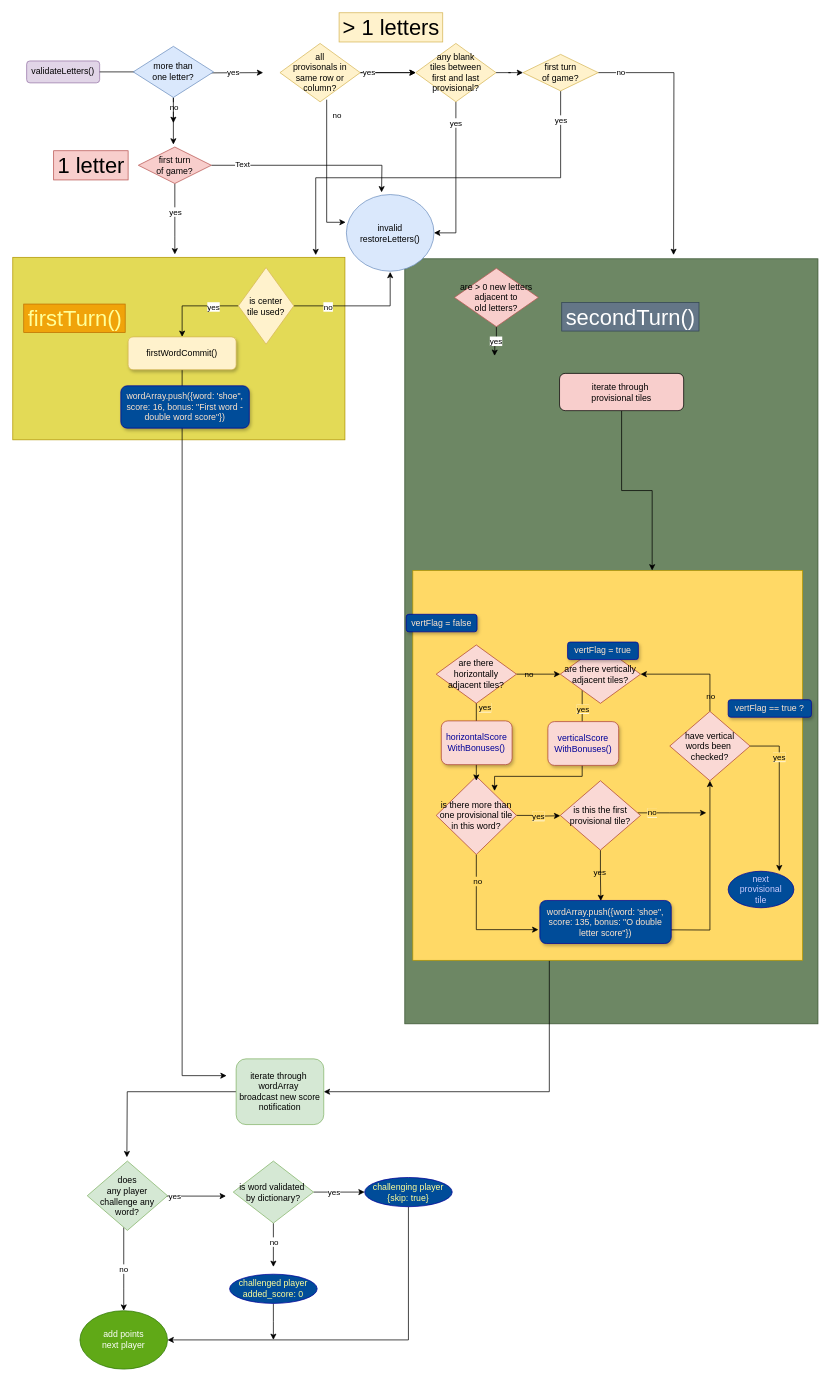
Above: scrooble_scoring.drawio in davebenjoya/scrooble (draw.io), before the change. Source tidied: cells renumbered, new cells numbered last; positions are measured from the earlier drawing's top-left corner, leaving out a move shared by most shapes. Both pictures are drawn from the tidied source at 73%, with x=0, y=0 at pixel (12, 12).
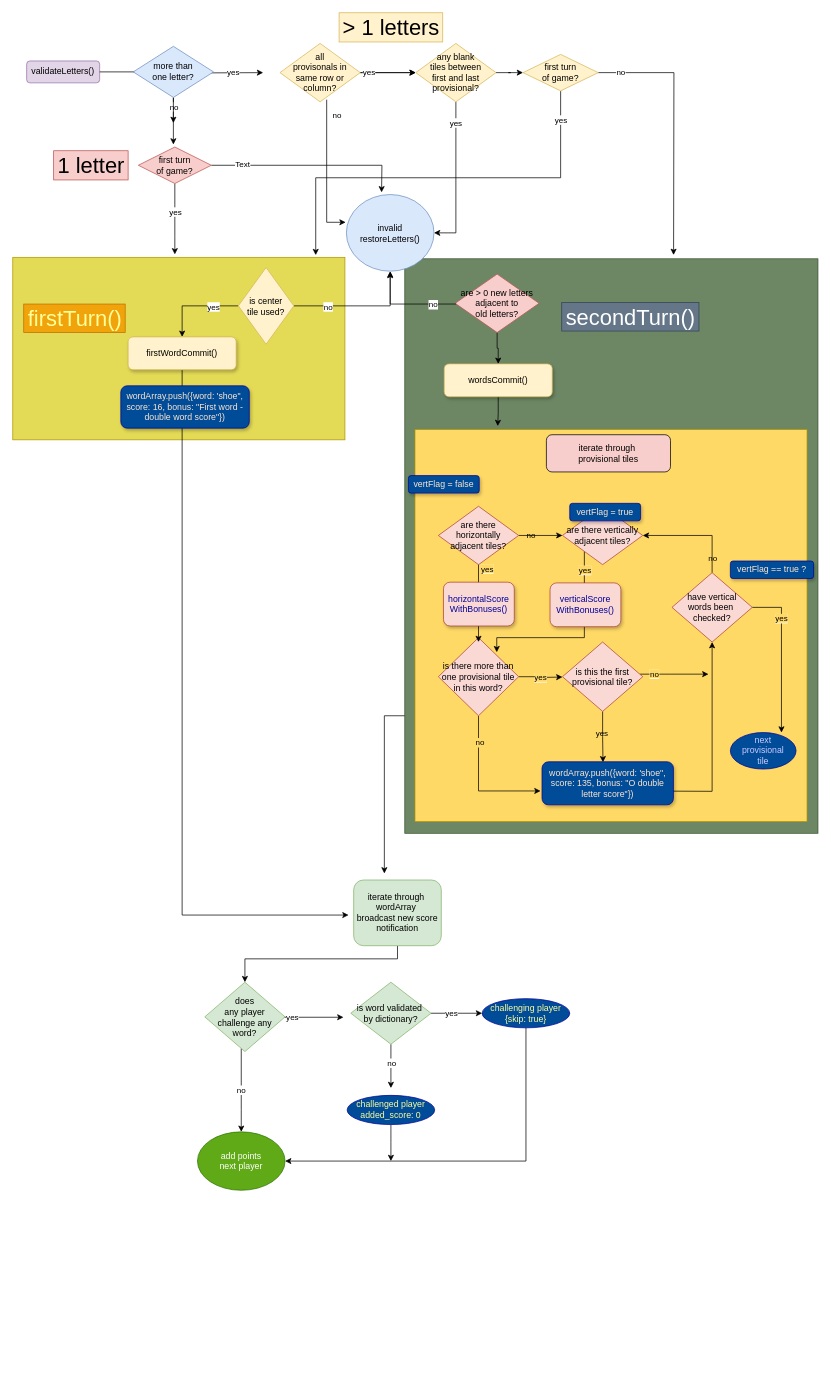
After the change.

Unchanged cells that the change refers to:
```xml
<mxCell id="7" value="invalid&lt;br&gt;restoreLetters()" style="ellipse;whiteSpace=wrap;html=1;fillColor=#dae8fc;strokeColor=#6c8ebf;" parent="1" vertex="1">
  <mxGeometry x="457" y="249" width="120" height="105" as="geometry" />
</mxCell>
<mxCell id="65" value="&lt;font&gt;firstWordCommit()&lt;/font&gt;" style="rounded=1;whiteSpace=wrap;html=1;shadow=1;glass=0;sketch=0;strokeColor=#d6b656;fillColor=#fff2cc;" parent="1" vertex="1">
  <mxGeometry x="158" y="444" width="148" height="45" as="geometry" />
</mxCell>
```

What changed in the source:
```diff
@@
+    <mxCell id="5" style="edgeStyle=orthogonalEdgeStyle;rounded=0;jettySize=auto;html=1;endArrow=classic;endFill=1;fillColor=#00FFFF;gradientColor=#9933FF;fontColor=#000099;" parent="1" edge="1" source="6">
+      <mxGeometry relative="1" as="geometry">
+        <mxPoint x="509" y="1179" as="targetPoint" />
+        <Array as="points">
+          <mxPoint x="509" y="963" />
+        </Array>
+      </mxGeometry>
+    </mxCell>
     <mxCell id="2" style="rounded=0;whiteSpace=wrap;html=1;strokeColor=#3A5431;fontColor=#ffffff;fillColor=#6d8764;" parent="1" vertex="1">
-      <mxGeometry x="537" y="337" width="566" height="1048" as="geometry" />
+      <mxGeometry x="537" y="337" width="566" height="787" as="geometry" />
     </mxCell>
@@
-    <mxCell id="5" style="edgeStyle=orthogonalEdgeStyle;rounded=0;jettySize=auto;html=1;endArrow=classic;endFill=1;fillColor=#00FFFF;gradientColor=#9933FF;fontColor=#000099;" parent="1" edge="1" source="6" target="23">
-      <mxGeometry relative="1" as="geometry">
-        <Array as="points">
-          <mxPoint x="735" y="1478" />
-        </Array>
-      </mxGeometry>
-    </mxCell>
     <mxCell id="6" style="whiteSpace=wrap;html=1;strokeColor=#B09500;fontColor=#ffffff;fillColor=#FFD966;glass=0;" parent="1" vertex="1">
-      <mxGeometry x="548" y="764" width="534" height="534" as="geometry" />
+      <mxGeometry x="551" y="571" width="537" height="537" as="geometry" />
     </mxCell>
@@
-    <mxCell id="18" value="yes" style="edgeStyle=orthogonalEdgeStyle;rounded=0;jettySize=auto;html=1;" parent="1" edge="1" source="19">
-      <mxGeometry relative="1" as="geometry">
-        <mxPoint x="660" y="470" as="targetPoint" />
-      </mxGeometry>
-    </mxCell>
+    <mxCell id="98" style="edgeStyle=orthogonalEdgeStyle;rounded=0;jettySize=auto;html=1;entryX=0.5;entryY=0;entryDx=0;entryDy=0;" parent="1" edge="1" source="19" target="103">
+      <mxGeometry relative="1" as="geometry" />
+    </mxCell>
     <mxCell id="19" value="are &amp;gt; 0 new letters&lt;br&gt;adjacent to &lt;br&gt;old letters?" style="rhombus;whiteSpace=wrap;html=1;fillColor=#f8cecc;strokeColor=#b85450;" parent="1" vertex="1">
-      <mxGeometry x="605" y="350" width="115" height="80" as="geometry" />
+      <mxGeometry x="606" y="358" width="115" height="80" as="geometry" />
     </mxCell>
-    <mxCell id="20" style="edgeStyle=orthogonalEdgeStyle;rounded=0;jettySize=auto;html=1;exitX=0.5;exitY=1;exitDx=0;exitDy=0;entryX=0.614;entryY=0;entryDx=0;entryDy=0;entryPerimeter=0;fontSize=30;fontColor=#FFFF99;" parent="1" edge="1" source="21" target="6">
-      <mxGeometry relative="1" as="geometry" />
-    </mxCell>
     <mxCell id="21" value="iterate through&amp;nbsp;&lt;br&gt;provisional tiles" style="rounded=1;whiteSpace=wrap;html=1;fillColor=#f8cecc;" parent="1" vertex="1">
-      <mxGeometry x="749" y="494" width="170" height="51" as="geometry" />
+      <mxGeometry x="731" y="578" width="170" height="51" as="geometry" />
     </mxCell>
-    <mxCell id="22" style="edgeStyle=orthogonalEdgeStyle;rounded=0;jettySize=auto;html=1;endArrow=classic;endFill=1;fillColor=#00FFFF;gradientColor=#9933FF;fontColor=#000099;" parent="1" edge="1" source="23">
-      <mxGeometry relative="1" as="geometry">
-        <mxPoint x="156.3" y="1567.8" as="targetPoint" />
-      </mxGeometry>
-    </mxCell>
+    <mxCell id="99" style="edgeStyle=orthogonalEdgeStyle;rounded=0;jettySize=auto;html=1;" parent="1" edge="1" source="23" target="49">
+      <mxGeometry relative="1" as="geometry">
+        <Array as="points">
+          <mxPoint x="527" y="1296" />
+          <mxPoint x="318" y="1296" />
+        </Array>
+      </mxGeometry>
+    </mxCell>
     <mxCell id="23" value="iterate through&amp;nbsp;&lt;br&gt;wordArray&amp;nbsp;&lt;br&gt;broadcast new score notification" style="rounded=1;whiteSpace=wrap;html=1;fillColor=#d5e8d4;strokeColor=#82b366;" parent="1" vertex="1">
-      <mxGeometry x="306" y="1433" width="120" height="90" as="geometry" />
+      <mxGeometry x="467" y="1188" width="120" height="90" as="geometry" />
     </mxCell>
     <mxCell id="24" value="&lt;span style=&quot;background-color: rgb(255 , 217 , 102)&quot;&gt;yes&lt;/span&gt;" style="edgeStyle=orthogonalEdgeStyle;rounded=0;jettySize=auto;html=1;startArrow=none;startFill=0;endArrow=classic;endFill=1;" parent="1" edge="1" source="27">
       <mxGeometry relative="1" as="geometry">
-        <mxPoint x="750" y="1100" as="targetPoint" />
+        <mxPoint x="753" y="910" as="targetPoint" />
       </mxGeometry>
     </mxCell>
     <mxCell id="25" style="edgeStyle=orthogonalEdgeStyle;rounded=0;jettySize=auto;html=1;exitX=0.5;exitY=1;exitDx=0;exitDy=0;startArrow=none;startFill=0;endArrow=classic;endFill=1;entryX=0;entryY=0.5;entryDx=0;entryDy=0;" parent="1" edge="1" source="27">
       <mxGeometry relative="1" as="geometry">
-        <mxPoint x="720" y="1256" as="targetPoint" />
+        <mxPoint x="723" y="1066" as="targetPoint" />
         <Array as="points">
-          <mxPoint x="635" y="1256" />
+          <mxPoint x="638" y="1066" />
         </Array>
       </mxGeometry>
     </mxCell>
@@
     <mxCell id="27" value="is there more than one provisional tile in this word?" style="rhombus;whiteSpace=wrap;html=1;fillColor=#fad9d5;strokeColor=#ae4132;" parent="1" vertex="1">
-      <mxGeometry x="580" y="1046" width="110" height="107" as="geometry" />
+      <mxGeometry x="583" y="856" width="110" height="107" as="geometry" />
     </mxCell>
     <mxCell id="28" style="edgeStyle=orthogonalEdgeStyle;rounded=0;jettySize=auto;html=1;" parent="1" edge="1" source="32">
       <mxGeometry relative="1" as="geometry">
-        <mxPoint x="950" y="1096" as="targetPoint" />
+        <mxPoint x="953" y="906" as="targetPoint" />
         <Array as="points">
-          <mxPoint x="900" y="1096" />
-          <mxPoint x="900" y="1096" />
+          <mxPoint x="903" y="906" />
+          <mxPoint x="903" y="906" />
         </Array>
       </mxGeometry>
     </mxCell>
@@
     <mxCell id="32" value="is this the first provisional tile?" style="rhombus;whiteSpace=wrap;html=1;fillColor=#fad9d5;strokeColor=#ae4132;" parent="1" vertex="1">
-      <mxGeometry x="750" y="1052" width="110" height="95" as="geometry" />
+      <mxGeometry x="753" y="862" width="110" height="95" as="geometry" />
     </mxCell>
     <mxCell id="33" style="edgeStyle=orthogonalEdgeStyle;rounded=0;jettySize=auto;html=1;endArrow=classic;endFill=1;" parent="1" edge="1" target="45">
       <mxGeometry relative="1" as="geometry">
-        <mxPoint x="840" y="1256" as="sourcePoint" />
+        <mxPoint x="843" y="1066" as="sourcePoint" />
       </mxGeometry>
     </mxCell>
     <mxCell id="34" value="&lt;span style=&quot;background-color: rgb(255 , 217 , 102)&quot;&gt;yes&lt;/span&gt;" style="edgeStyle=orthogonalEdgeStyle;rounded=0;orthogonalLoop=1;jettySize=auto;html=1;entryX=0.5;entryY=0;entryDx=0;entryDy=0;" parent="1" edge="1">
       <mxGeometry x="-0.21" y="12" relative="1" as="geometry">
-        <mxPoint x="608" y="914" as="sourcePoint" />
-        <mxPoint x="635" y="1052" as="targetPoint" />
+        <mxPoint x="611" y="724" as="sourcePoint" />
+        <mxPoint x="638" y="862" as="targetPoint" />
         <Array as="points">
-          <mxPoint x="635" y="914" />
+          <mxPoint x="638" y="724" />
         </Array>
       </mxGeometry>
     </mxCell>
@@
     <mxCell id="37" value="are there horizontally adjacent tiles?" style="rhombus;whiteSpace=wrap;html=1;fillColor=#fad9d5;strokeColor=#ae4132;" parent="1" vertex="1">
-      <mxGeometry x="580" y="866" width="110" height="80" as="geometry" />
+      <mxGeometry x="583" y="676" width="110" height="80" as="geometry" />
     </mxCell>
     <mxCell id="38" style="edgeStyle=orthogonalEdgeStyle;rounded=0;jettySize=auto;html=1;" parent="1" edge="1" source="40">
       <mxGeometry relative="1" as="geometry">
-        <mxPoint x="660" y="1066" as="targetPoint" />
+        <mxPoint x="663" y="876" as="targetPoint" />
         <Array as="points">
-          <mxPoint x="780" y="1046" />
-          <mxPoint x="660" y="1046" />
+          <mxPoint x="783" y="856" />
+          <mxPoint x="663" y="856" />
         </Array>
       </mxGeometry>
     </mxCell>
@@
     <mxCell id="40" value="are there vertically adjacent tiles?" style="rhombus;whiteSpace=wrap;html=1;fillColor=#fad9d5;strokeColor=#ae4132;" parent="1" vertex="1">
-      <mxGeometry x="750" y="866" width="110" height="80" as="geometry" />
+      <mxGeometry x="753" y="676" width="110" height="80" as="geometry" />
     </mxCell>
     <mxCell id="41" style="edgeStyle=orthogonalEdgeStyle;rounded=0;jettySize=auto;html=1;endArrow=classic;endFill=1;entryX=1;entryY=0.5;entryDx=0;entryDy=0;" parent="1" edge="1" source="45" target="40">
       <mxGeometry relative="1" as="geometry">
         <Array as="points">
-          <mxPoint x="955" y="906" />
+          <mxPoint x="958" y="716" />
         </Array>
       </mxGeometry>
     </mxCell>
@@
     <mxCell id="43" style="edgeStyle=orthogonalEdgeStyle;rounded=0;jettySize=auto;html=1;endArrow=classic;endFill=1;fillColor=#00FFFF;gradientColor=#9933FF;" parent="1" edge="1" source="45">
       <mxGeometry relative="1" as="geometry">
-        <mxPoint x="1050" y="1176" as="targetPoint" />
+        <mxPoint x="1053" y="986" as="targetPoint" />
         <Array as="points">
-          <mxPoint x="1050" y="1005" />
+          <mxPoint x="1053" y="815" />
         </Array>
       </mxGeometry>
     </mxCell>
@@
     <mxCell id="45" value="have vertical&lt;br&gt;words been&amp;nbsp;&lt;br&gt;checked?" style="rhombus;whiteSpace=wrap;html=1;fillColor=#fad9d5;strokeColor=#ae4132;" parent="1" vertex="1">
-      <mxGeometry x="900" y="957" width="110" height="95" as="geometry" />
+      <mxGeometry x="903" y="767" width="110" height="95" as="geometry" />
     </mxCell>
     <mxCell id="46" value="&lt;font color=&quot;#ccccff&quot;&gt;next &lt;br&gt;provisional &lt;br&gt;tile&lt;/font&gt;" style="ellipse;whiteSpace=wrap;html=1;fontColor=#ffffff;strokeColor=#000099;fillColor=#004C99;" parent="1" vertex="1">
-      <mxGeometry x="980" y="1176" width="90" height="50" as="geometry" />
+      <mxGeometry x="983" y="986" width="90" height="50" as="geometry" />
     </mxCell>
     <mxCell id="47" value="yes" style="edgeStyle=orthogonalEdgeStyle;rounded=0;orthogonalLoop=1;jettySize=auto;html=1;endArrow=classic;endFill=1;fillColor=#00FFFF;gradientColor=#9933FF;" parent="1" edge="1">
       <mxGeometry relative="1" as="geometry">
-        <mxPoint x="152" y="1621" as="sourcePoint" />
-        <mxPoint x="292" y="1621" as="targetPoint" />
+        <mxPoint x="313" y="1376" as="sourcePoint" />
+        <mxPoint x="453" y="1376" as="targetPoint" />
         <Array as="points">
-          <mxPoint x="202" y="1621" />
-          <mxPoint x="202" y="1621" />
+          <mxPoint x="363" y="1376" />
+          <mxPoint x="363" y="1376" />
         </Array>
       </mxGeometry>
     </mxCell>
     <mxCell id="48" value="no" style="edgeStyle=orthogonalEdgeStyle;rounded=0;jettySize=auto;html=1;endArrow=classic;endFill=1;fillColor=#00FFFF;gradientColor=#9933FF;entryX=0.5;entryY=0;entryDx=0;entryDy=0;" parent="1" edge="1" source="49" target="59">
       <mxGeometry relative="1" as="geometry">
         <Array as="points">
-          <mxPoint x="152" y="1747" />
-          <mxPoint x="152" y="1747" />
+          <mxPoint x="313" y="1502" />
+          <mxPoint x="313" y="1502" />
         </Array>
       </mxGeometry>
     </mxCell>
     <mxCell id="49" value="does &lt;br&gt;any player challenge any word?" style="rhombus;whiteSpace=wrap;html=1;fillColor=#d5e8d4;strokeColor=#82b366;" parent="1" vertex="1">
-      <mxGeometry x="102" y="1573" width="110" height="95" as="geometry" />
+      <mxGeometry x="263" y="1328" width="110" height="95" as="geometry" />
     </mxCell>
     <mxCell id="50" style="edgeStyle=orthogonalEdgeStyle;rounded=0;jettySize=auto;html=1;exitX=0.5;exitY=1;exitDx=0;exitDy=0;endArrow=classic;endFill=1;fillColor=#00FFFF;gradientColor=#9933FF;" parent="1" edge="1" source="51">
       <mxGeometry relative="1" as="geometry">
-        <mxPoint x="357" y="1818" as="targetPoint" />
+        <mxPoint x="518" y="1573" as="targetPoint" />
       </mxGeometry>
     </mxCell>
     <mxCell id="51" value="&lt;font color=&quot;#ffff99&quot;&gt;challenged player added_score: 0&lt;/font&gt;" style="ellipse;whiteSpace=wrap;html=1;glass=0;strokeColor=#000099;fillColor=#004C99;" parent="1" vertex="1">
-      <mxGeometry x="297" y="1728" width="120" height="40" as="geometry" />
+      <mxGeometry x="458" y="1483" width="120" height="40" as="geometry" />
     </mxCell>
     <mxCell id="52" style="edgeStyle=orthogonalEdgeStyle;rounded=0;jettySize=auto;html=1;endArrow=classic;endFill=1;fillColor=#00FFFF;gradientColor=#9933FF;" parent="1" edge="1" source="56">
       <mxGeometry relative="1" as="geometry">
-        <mxPoint x="357" y="1718" as="targetPoint" />
+        <mxPoint x="518" y="1473" as="targetPoint" />
       </mxGeometry>
     </mxCell>
@@
     <mxCell id="56" value="is word validated&amp;nbsp;&lt;br&gt;by dictionary?" style="rhombus;whiteSpace=wrap;html=1;fillColor=#d5e8d4;strokeColor=#82b366;" parent="1" vertex="1">
-      <mxGeometry x="302" y="1573" width="110" height="85" as="geometry" />
+      <mxGeometry x="463" y="1328" width="110" height="85" as="geometry" />
     </mxCell>
@@
     <mxCell id="58" value="&lt;font color=&quot;#ffff99&quot;&gt;challenging player {skip: true}&lt;/font&gt;" style="ellipse;whiteSpace=wrap;html=1;glass=0;strokeColor=#000099;fillColor=#004C99;" parent="1" vertex="1">
-      <mxGeometry x="482" y="1595.5" width="120" height="40" as="geometry" />
+      <mxGeometry x="643" y="1350.5" width="120" height="40" as="geometry" />
     </mxCell>
     <mxCell id="59" value="add points&lt;br&gt;next player" style="ellipse;whiteSpace=wrap;html=1;glass=0;strokeColor=#2D7600;fillColor=#60a917;fontColor=#ffffff;" parent="1" vertex="1">
-      <mxGeometry x="92" y="1778" width="120" height="80" as="geometry" />
+      <mxGeometry x="253" y="1533" width="120" height="80" as="geometry" />
     </mxCell>
@@
     <mxCell id="64" style="edgeStyle=orthogonalEdgeStyle;rounded=0;jettySize=auto;html=1;endArrow=classic;endFill=1;fillColor=#00FFFF;gradientColor=#9933FF;fontColor=#000099;" parent="1" edge="1" source="65">
       <mxGeometry relative="1" as="geometry">
-        <mxPoint x="293" y="1456" as="targetPoint" />
+        <mxPoint x="460" y="1236" as="targetPoint" />
         <Array as="points">
-          <mxPoint x="232" y="1456" />
+          <mxPoint x="232" y="1236" />
         </Array>
       </mxGeometry>
     </mxCell>
@@
     <mxCell id="66" value="&lt;font color=&quot;#ffe6cc&quot;&gt;wordArray.push({word: 'shoe&quot;, score: 135, bonus: &quot;O double letter score&quot;})&lt;/font&gt;" style="rounded=1;whiteSpace=wrap;html=1;shadow=1;glass=0;sketch=0;strokeColor=#000099;fillColor=#004C99;" parent="1" vertex="1">
-      <mxGeometry x="722" y="1216" width="180" height="59" as="geometry" />
+      <mxGeometry x="725" y="1026" width="180" height="59" as="geometry" />
     </mxCell>
     <mxCell id="67" value="&lt;font&gt;horizontalScore&lt;br&gt;WithBonuses()&lt;/font&gt;" style="rounded=1;whiteSpace=wrap;html=1;shadow=1;glass=0;sketch=0;strokeColor=#ae4132;fillColor=#fad9d5;fontColor=#000099;" parent="1" vertex="1">
-      <mxGeometry x="587" y="970" width="97" height="60" as="geometry" />
+      <mxGeometry x="590" y="780" width="97" height="60" as="geometry" />
     </mxCell>
     <mxCell id="68" value="&lt;font&gt;verticalScore&lt;br&gt;WithBonuses()&lt;/font&gt;" style="rounded=1;whiteSpace=wrap;html=1;shadow=1;glass=0;sketch=0;strokeColor=#ae4132;fillColor=#fad9d5;fontColor=#000099;" parent="1" vertex="1">
-      <mxGeometry x="733" y="971" width="97" height="60" as="geometry" />
+      <mxGeometry x="736" y="781" width="97" height="60" as="geometry" />
     </mxCell>
@@
     <mxCell id="70" value="&lt;font color=&quot;#ffe6cc&quot;&gt;vertFlag = true&lt;/font&gt;" style="rounded=1;whiteSpace=wrap;html=1;shadow=1;glass=0;sketch=0;strokeColor=#000099;fillColor=#004C99;" parent="1" vertex="1">
-      <mxGeometry x="760" y="862" width="97" height="24" as="geometry" />
+      <mxGeometry x="763" y="672" width="97" height="24" as="geometry" />
     </mxCell>
     <mxCell id="71" value="&lt;font color=&quot;#ffe6cc&quot;&gt;vertFlag = false&lt;/font&gt;" style="rounded=1;whiteSpace=wrap;html=1;shadow=1;glass=0;sketch=0;strokeColor=#000099;fillColor=#004C99;" parent="1" vertex="1">
-      <mxGeometry x="539" y="824" width="97" height="24" as="geometry" />
+      <mxGeometry x="542" y="634" width="97" height="24" as="geometry" />
     </mxCell>
     <mxCell id="72" value="&lt;font color=&quot;#ffe6cc&quot;&gt;vertFlag == true ?&lt;/font&gt;" style="rounded=1;whiteSpace=wrap;html=1;shadow=1;glass=0;sketch=0;strokeColor=#000099;fillColor=#004C99;" parent="1" vertex="1">
-      <mxGeometry x="980" y="941" width="114" height="24" as="geometry" />
+      <mxGeometry x="983" y="751" width="114" height="24" as="geometry" />
     </mxCell>
@@
+    <mxCell id="100" style="edgeStyle=orthogonalEdgeStyle;rounded=0;jettySize=auto;html=1;" parent="1" edge="1" source="19" target="7">
+      <mxGeometry relative="1" as="geometry">
+        <Array as="points">
+          <mxPoint x="517" y="399" />
+        </Array>
+      </mxGeometry>
+    </mxCell>
+    <mxCell id="101" value="no" style="edgeLabel;html=1;align=center;verticalAlign=middle;" parent="100" vertex="1">
+      <mxGeometry x="-0.53" relative="1" as="geometry" />
+    </mxCell>
+    <mxCell id="102" style="edgeStyle=orthogonalEdgeStyle;rounded=0;jettySize=auto;html=1;exitX=0.5;exitY=1;exitDx=0;exitDy=0;entryX=0.211;entryY=-0.009;entryDx=0;entryDy=0;entryPerimeter=0;" parent="1" edge="1" source="103" target="6">
+      <mxGeometry relative="1" as="geometry" />
+    </mxCell>
+    <mxCell id="103" value="&lt;font&gt;wordsCommit()&lt;/font&gt;" style="rounded=1;whiteSpace=wrap;html=1;shadow=1;glass=0;sketch=0;strokeColor=#d6b656;fillColor=#fff2cc;" parent="1" vertex="1">
+      <mxGeometry x="591" y="481" width="148" height="45" as="geometry" />
+    </mxCell>
```
